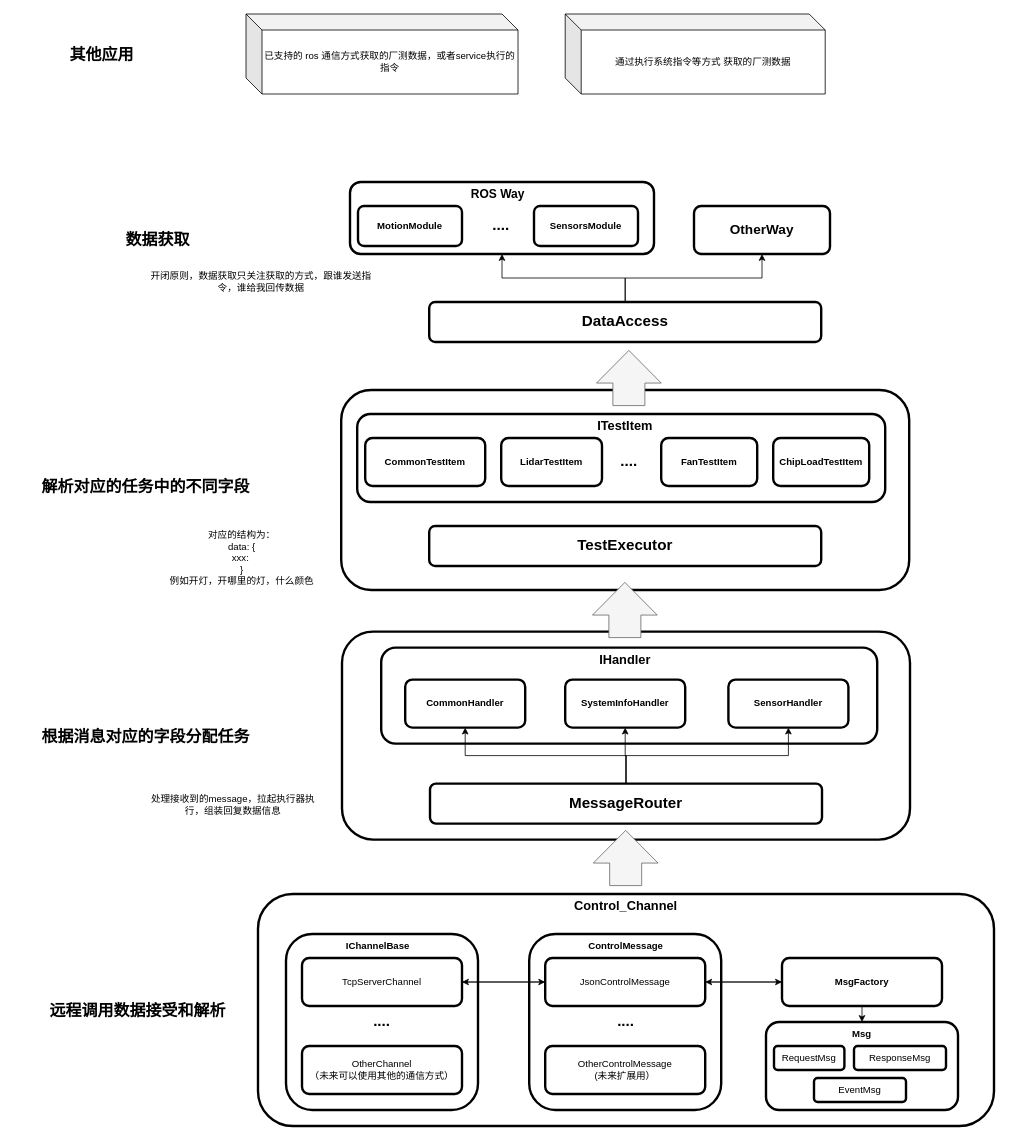
Above: page "厂测工具项目架构图" (2 of 5) of 厂测工具方案.drawio in Jev0987/drawioFile (draw.io), before the change. Source tidied: cells renumbered, new cells numbered last; positions are measured from the earlier drawing's top-left corner, leaving out a move shared by most shapes. Both pictures are drawn from the tidied source at 80%, with x=0, y=0 at pixel (14, 14).
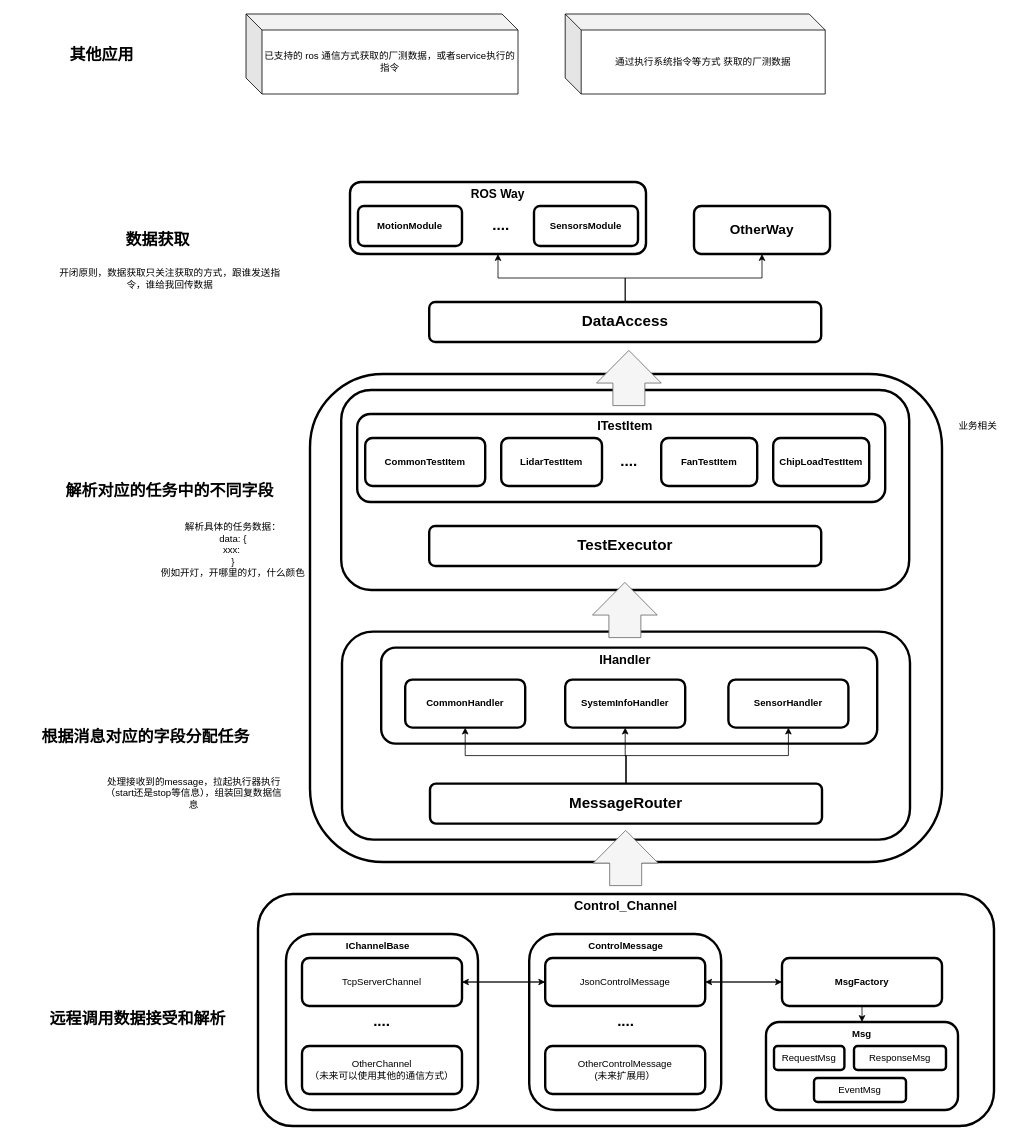
Above is the later version.

Commit message:
更新厂测工具方案.drawio

The edit, as a diff of the source:
```diff
@@
+    <mxCell id="66" style="rounded=1;whiteSpace=wrap;html=1;strokeWidth=3;" parent="1" vertex="1">
+      <mxGeometry x="370" y="450" width="790" height="610" as="geometry" />
+    </mxCell>
     <mxCell id="2" style="rounded=1;whiteSpace=wrap;html=1;strokeWidth=3;" parent="1" vertex="1">
-      <mxGeometry x="420" y="210" width="380" height="90" as="geometry" />
+      <mxGeometry x="420" y="210" width="370" height="90" as="geometry" />
     </mxCell>
@@
     <mxCell id="47" value="&lt;b&gt;&lt;font style=&quot;font-size: 20px;&quot;&gt;远程调用数据接受和解析&lt;/font&gt;&lt;/b&gt;" style="text;html=1;whiteSpace=wrap;strokeColor=none;fillColor=none;align=center;verticalAlign=middle;rounded=0;" parent="1" vertex="1">
-      <mxGeometry x="30" y="1225" width="250" height="40" as="geometry" />
+      <mxGeometry x="30" y="1235" width="250" height="40" as="geometry" />
     </mxCell>
@@
     <mxCell id="49" value="&lt;span style=&quot;font-size: 20px;&quot;&gt;&lt;b&gt;解析对应的任务中的不同字段&lt;/b&gt;&lt;/span&gt;" style="text;html=1;whiteSpace=wrap;strokeColor=none;fillColor=none;align=center;verticalAlign=middle;rounded=0;" parent="1" vertex="1">
-      <mxGeometry y="571" width="330" height="38" as="geometry" />
+      <mxGeometry x="30" y="576" width="330" height="38" as="geometry" />
     </mxCell>
@@
     <mxCell id="62" value="开闭原则，数据获取只关注获取的方式，跟谁发送指令，谁给我回传数据" style="text;html=1;whiteSpace=wrap;strokeColor=none;fillColor=none;align=center;verticalAlign=middle;rounded=0;" parent="1" vertex="1">
-      <mxGeometry x="159" y="320" width="300" height="30" as="geometry" />
+      <mxGeometry x="45" y="316" width="300" height="30" as="geometry" />
     </mxCell>
@@
-    <mxCell id="64" value="对应的结构为：&lt;br&gt;data: {&lt;br&gt;xxx:&amp;nbsp;&lt;br&gt;}&lt;br&gt;例如开灯，开哪里的灯，什么颜色" style="text;html=1;whiteSpace=wrap;strokeColor=none;fillColor=none;align=center;verticalAlign=middle;rounded=0;" parent="1" vertex="1">
-      <mxGeometry x="190" y="630" width="190" height="100" as="geometry" />
+    <mxCell id="64" value="解析具体的任务数据：&lt;br&gt;data: {&lt;br&gt;xxx:&amp;nbsp;&lt;br&gt;}&lt;br&gt;例如开灯，开哪里的灯，什么颜色" style="text;html=1;whiteSpace=wrap;strokeColor=none;fillColor=none;align=center;verticalAlign=middle;rounded=0;" parent="1" vertex="1">
+      <mxGeometry x="179" y="620" width="190" height="100" as="geometry" />
     </mxCell>
-    <mxCell id="65" value="处理接收到的message，拉起执行器执行，组装回复数据信息" style="text;html=1;whiteSpace=wrap;strokeColor=none;fillColor=none;align=center;verticalAlign=middle;rounded=0;" parent="1" vertex="1">
-      <mxGeometry x="159" y="944" width="230" height="88" as="geometry" />
+    <mxCell id="65" value="处理接收到的message，拉起执行器执行（start还是stop等信息），组装回复数据信息" style="text;html=1;whiteSpace=wrap;strokeColor=none;fillColor=none;align=center;verticalAlign=middle;rounded=0;" parent="1" vertex="1">
+      <mxGeometry x="110" y="930" width="230" height="88" as="geometry" />
     </mxCell>
+    <mxCell id="67" value="业务相关" style="text;html=1;whiteSpace=wrap;strokeColor=none;fillColor=none;align=center;verticalAlign=middle;rounded=0;" parent="1" vertex="1">
+      <mxGeometry x="1160" y="500" width="90" height="30" as="geometry" />
+    </mxCell>
```
